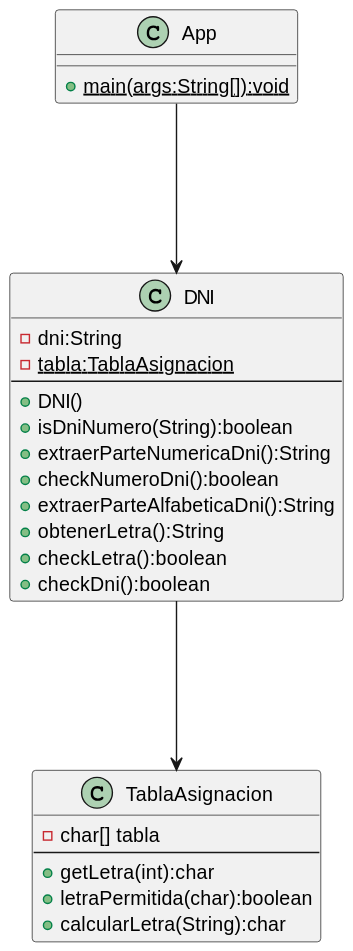
Before: UML_diagram_DNI.svg, a diagram exported from PlantUML (BreisOne/dni-refactoring-kata). The source it was exported from:
```plantuml
@startuml

App ---> DNI
DNI ---> TablaAsignacion

class App {
    {static}+main(args:String[]):void
}

class DNI{
    -dni:String
    -{static}tabla:TablaAsignacion
    --
    +DNI()
    +isDniNumero(String):boolean
    +extraerParteNumericaDni():String
    +checkNumeroDni():boolean
    +extraerParteAlfabeticaDni():String
    +obtenerLetra():String
    +checkLetra():boolean
    +checkDni():boolean
}

class TablaAsignacion{
    -char[] tabla
    --
    +getLetra(int):char
    +letraPermitida(char):boolean
    +calcularLetra(String):char
}
@enduml
```
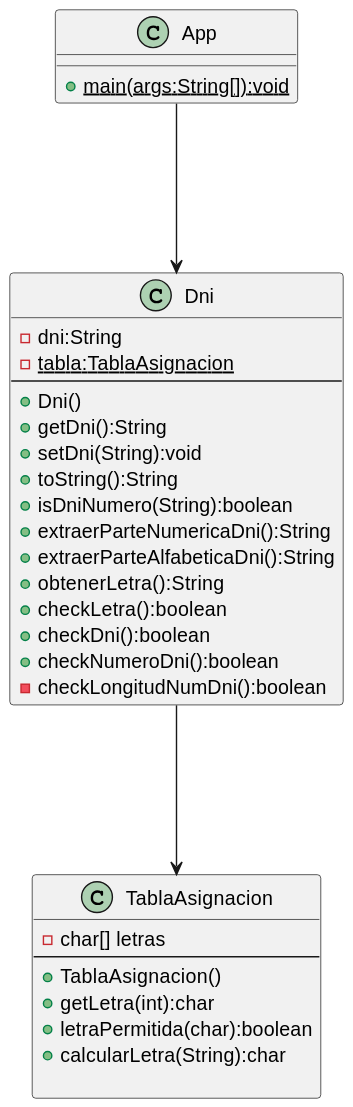
Later version of the same file.

Commit message:
feat(readme.md): UML diagram updated

What changed in the source:
```diff
@@ -1,31 +1,37 @@
 @startuml
 
-App ---> DNI
-DNI ---> TablaAsignacion
+App ---> Dni
+Dni ---> TablaAsignacion
 
 class App {
     {static}+main(args:String[]):void
 }
 
-class DNI{
+class Dni{
     -dni:String
     -{static}tabla:TablaAsignacion
     --
-    +DNI()
+    +Dni()
+    +getDni():String
+    +setDni(String):void
+    +toString():String
     +isDniNumero(String):boolean
     +extraerParteNumericaDni():String
-    +checkNumeroDni():boolean
     +extraerParteAlfabeticaDni():String
     +obtenerLetra():String
     +checkLetra():boolean
     +checkDni():boolean
+    +checkNumeroDni():boolean
+    -checkLongitudNumDni():boolean
 }
 
 class TablaAsignacion{
-    -char[] tabla
+    -char[] letras
     --
+    +TablaAsignacion()
     +getLetra(int):char
     +letraPermitida(char):boolean
     +calcularLetra(String):char
+
 }
 @enduml
```
